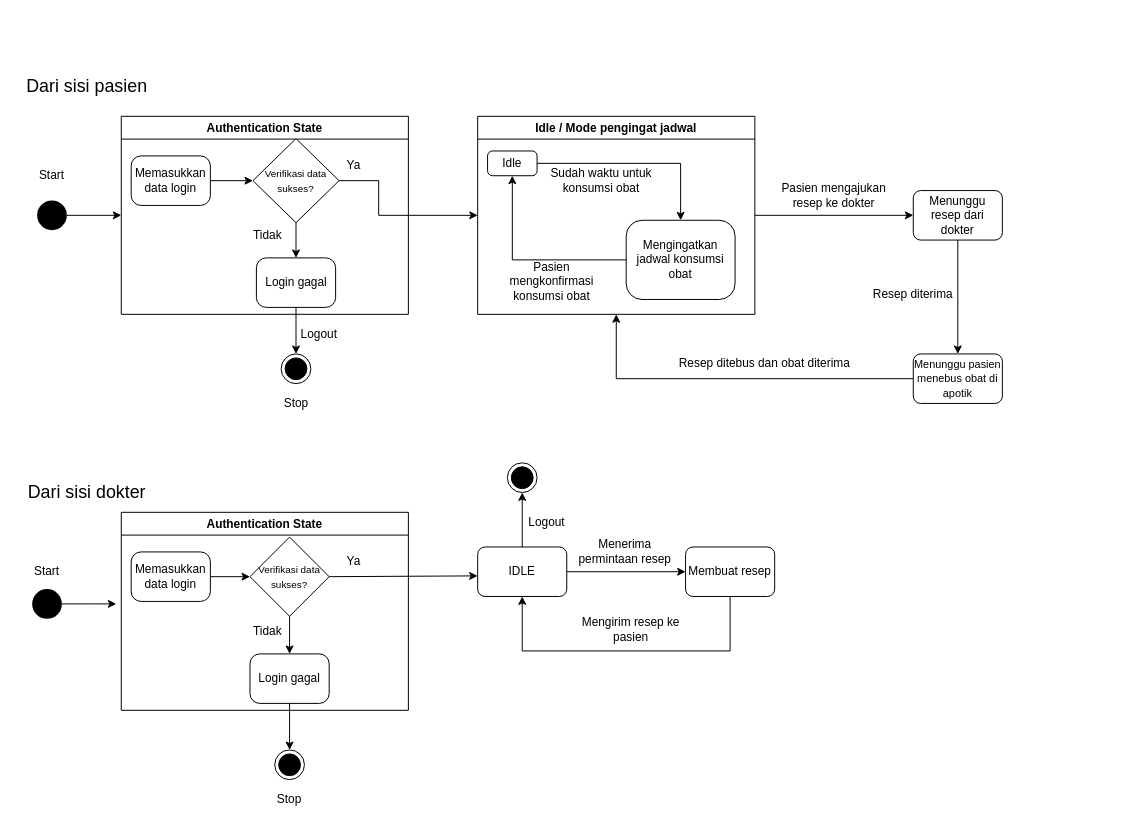
This is State Diagram.drawio from WidadAbida/Praktikum-PPL, a draw.io file, before an edit. Source tidied: cells renumbered, new cells numbered last; positions are measured from the earlier drawing's top-left corner, leaving out a move shared by most shapes. Both pictures are drawn from the tidied source at 99%, with x=0, y=0 at pixel (17, 76).
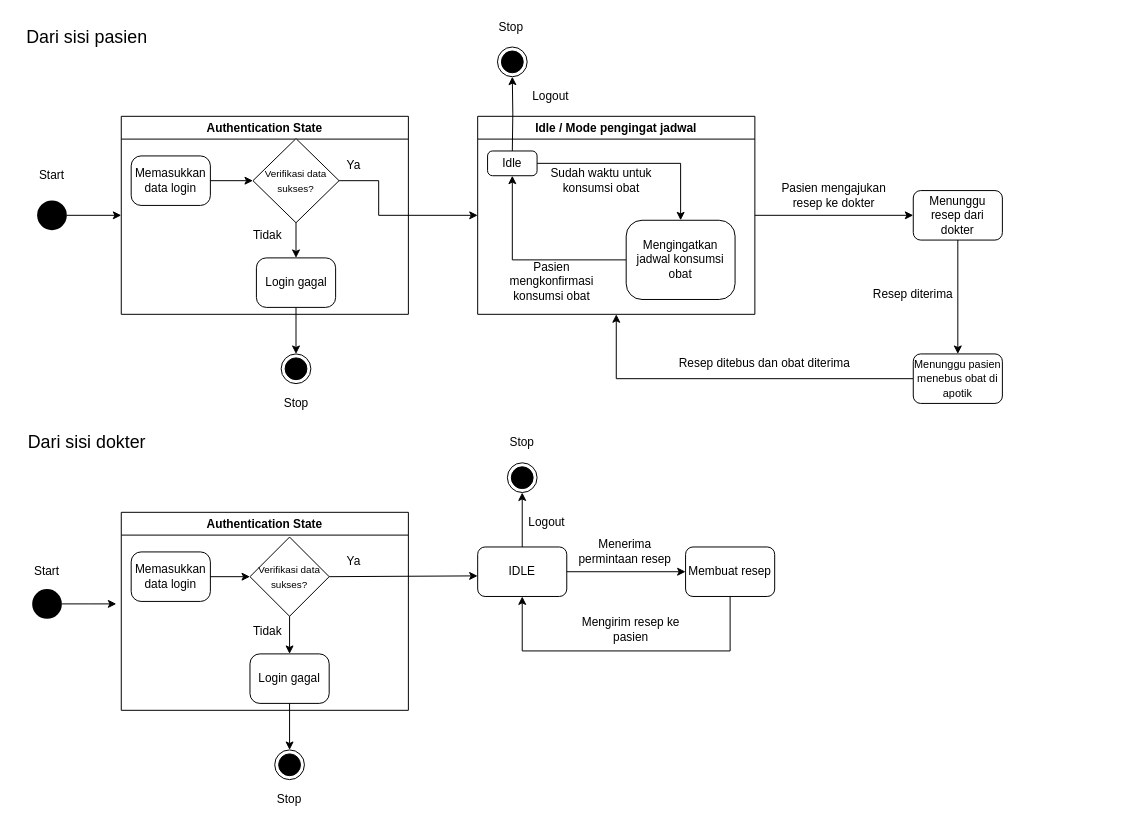
The same diagram, later.

What changed in the source:
```diff
@@
     <mxCell id="20" value="&lt;font style=&quot;font-size: 18px&quot;&gt;Dari sisi pasien&lt;/font&gt;" style="text;html=1;align=center;verticalAlign=middle;" parent="1" vertex="1">
-      <mxGeometry width="140" height="20" as="geometry" />
+      <mxGeometry y="-50" width="140" height="20" as="geometry" />
     </mxCell>
     <mxCell id="21" value="&lt;font style=&quot;font-size: 18px&quot;&gt;Dari sisi dokter&lt;/font&gt;" style="text;html=1;align=center;verticalAlign=middle;" parent="1" vertex="1">
-      <mxGeometry x="5" y="410" width="130" height="20" as="geometry" />
+      <mxGeometry x="5" y="360" width="130" height="20" as="geometry" />
     </mxCell>
@@
+    <mxCell id="59" style="edgeStyle=orthogonalEdgeStyle;rounded=0;jettySize=auto;html=1;" parent="1" edge="1" target="60">
+      <mxGeometry relative="1" as="geometry">
+        <mxPoint x="500" y="75" as="sourcePoint" />
+      </mxGeometry>
+    </mxCell>
+    <mxCell id="60" style="ellipse;html=1;shape=endState;fillColor=#000000;strokeColor=#000000;" parent="1" vertex="1">
+      <mxGeometry x="485" y="-30" width="30" height="30" as="geometry" />
+    </mxCell>
     <mxCell id="58" value="Logout" style="text;html=1;strokeColor=none;fillColor=none;align=center;verticalAlign=middle;whiteSpace=wrap;rounded=0;" parent="1" vertex="1">
-      <mxGeometry x="285" y="250" width="40" height="20" as="geometry" />
+      <mxGeometry x="519" y="10" width="40" height="20" as="geometry" />
     </mxCell>
+    <mxCell id="61" value="Stop" style="text;html=1;strokeColor=none;fillColor=none;align=center;verticalAlign=middle;whiteSpace=wrap;rounded=0;" parent="1" vertex="1">
+      <mxGeometry x="479" y="-60" width="40" height="20" as="geometry" />
+    </mxCell>
+    <mxCell id="62" value="Stop" style="text;html=1;strokeColor=none;fillColor=none;align=center;verticalAlign=middle;whiteSpace=wrap;rounded=0;" parent="1" vertex="1">
+      <mxGeometry x="490" y="360" width="40" height="20" as="geometry" />
+    </mxCell>
+    <mxCell id="63" value="&lt;span style=&quot;font-size: 18px&quot;&gt;&amp;nbsp; &amp;nbsp; &amp;nbsp;&amp;nbsp;&lt;/span&gt;" style="text;html=1;align=center;verticalAlign=middle;" parent="1" vertex="1">
+      <mxGeometry x="1060" y="140" width="50" height="20" as="geometry" />
+    </mxCell>
```
